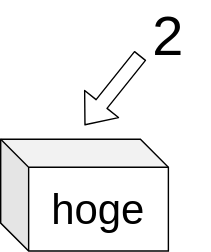
This is docs/01python/04variables/variable.drawio.svg from sikepuri-algorithm/sikepuri-algorithm.github.io, a draw.io export, as it was before one commit. Source tidied: cells renumbered, new cells last; positions are measured from the earlier drawing's top-left corner, leaving out a move shared by most shapes.
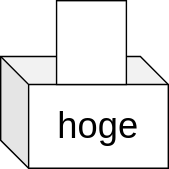
The same diagram one commit later.

Change to the diagram source:
```diff
@@ -2,17 +2,11 @@
   <root>
     <mxCell id="0" />
     <mxCell id="1" parent="0" />
-    <mxCell id="2" value="&lt;font style=&quot;font-size: 30px;&quot;&gt;hoge&lt;/font&gt;" style="shape=cube;whiteSpace=wrap;html=1;boundedLbl=1;backgroundOutline=1;darkOpacity=0.05;darkOpacity2=0.1;" parent="1" vertex="1">
+    <mxCell id="2" value="&lt;font style=&quot;font-size: 26px;&quot;&gt;hoge&lt;/font&gt;" style="shape=cube;whiteSpace=wrap;html=1;boundedLbl=1;backgroundOutline=1;darkOpacity=0.05;darkOpacity2=0.1;" parent="1" vertex="1">
       <mxGeometry y="90" width="120" height="80" as="geometry" />
     </mxCell>
-    <mxCell id="3" style="shape=flexArrow;endArrow=classic;html=1;fontSize=30;" parent="1" edge="1">
-      <mxGeometry relative="1" as="geometry">
-        <mxPoint x="100" y="30" as="sourcePoint" />
-        <mxPoint x="60" y="80" as="targetPoint" />
-      </mxGeometry>
-    </mxCell>
-    <mxCell id="4" value="&lt;font style=&quot;font-size: 40px;&quot;&gt;2&lt;/font&gt;" style="text;html=1;strokeColor=none;fillColor=none;align=center;verticalAlign=middle;whiteSpace=wrap;rounded=0;fontSize=30;" parent="1" vertex="1">
-      <mxGeometry x="90" width="60" height="30" as="geometry" />
-    </mxCell>
+    <mxCell id="5" style="rounded=0;whiteSpace=wrap;html=1;fontSize=26;" parent="1" vertex="1">
+      <mxGeometry x="40" y="50" width="50" height="60" as="geometry" />
+    </mxCell>
   </root>
 </mxGraphModel>
```
